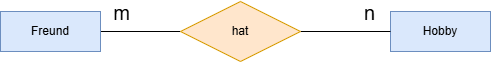
Above: slides/content/slides/2AHWII/INFI/assets/er-friend-hobby.drawio.png in HTL-Wolfsberg-Betriebsinformatik/skript (draw.io), before the change. Source tidied: cells renumbered, new cells last; positions are measured from the earlier drawing's top-left corner, leaving out a move shared by most shapes. Its diagram source:
```xml
<mxGraphModel>
  <root>
    <mxCell id="0" />
    <mxCell id="1" parent="0" />
    <mxCell id="2" style="edgeStyle=none;html=1;endArrow=none;endFill=0;" parent="1" edge="1" source="4" target="8">
      <mxGeometry relative="1" as="geometry" />
    </mxCell>
    <mxCell id="3" value="m" style="edgeLabel;html=1;align=center;verticalAlign=middle;fontSize=20;" parent="2" vertex="1">
      <mxGeometry x="-0.53" y="-2" relative="1" as="geometry">
        <mxPoint x="1" y="-22" as="offset" />
      </mxGeometry>
    </mxCell>
    <mxCell id="4" value="Freund" style="whiteSpace=wrap;html=1;align=center;fillColor=#dae8fc;strokeColor=#6c8ebf;" parent="1" vertex="1">
      <mxGeometry y="10" width="100" height="40" as="geometry" />
    </mxCell>
    <mxCell id="5" value="Hobby" style="whiteSpace=wrap;html=1;align=center;fillColor=#dae8fc;strokeColor=#6c8ebf;" parent="1" vertex="1">
      <mxGeometry x="390" y="10" width="100" height="40" as="geometry" />
    </mxCell>
    <mxCell id="6" style="edgeStyle=none;html=1;endArrow=none;endFill=0;" parent="1" edge="1" source="8" target="5">
      <mxGeometry relative="1" as="geometry" />
    </mxCell>
    <mxCell id="7" value="n" style="edgeLabel;html=1;align=center;verticalAlign=middle;fontSize=20;" parent="6" vertex="1">
      <mxGeometry x="0.51" relative="1" as="geometry">
        <mxPoint y="-20" as="offset" />
      </mxGeometry>
    </mxCell>
    <mxCell id="8" value="hat" style="shape=rhombus;perimeter=rhombusPerimeter;whiteSpace=wrap;html=1;align=center;fillColor=#ffe6cc;strokeColor=#d79b00;" parent="1" vertex="1">
      <mxGeometry x="180" width="120" height="60" as="geometry" />
    </mxCell>
  </root>
</mxGraphModel>
```
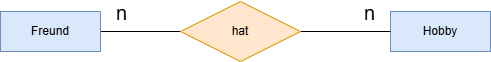
After the change.

Commit message:
added: infi er-diagram slides, wip relationschema

The edit, as a diff of the source:
```diff
@@ -5,7 +5,7 @@
     <mxCell id="2" style="edgeStyle=none;html=1;endArrow=none;endFill=0;" parent="1" edge="1" source="4" target="8">
       <mxGeometry relative="1" as="geometry" />
     </mxCell>
-    <mxCell id="3" value="m" style="edgeLabel;html=1;align=center;verticalAlign=middle;fontSize=20;" parent="2" vertex="1">
+    <mxCell id="3" value="n" style="edgeLabel;html=1;align=center;verticalAlign=middle;fontSize=20;" parent="2" vertex="1">
       <mxGeometry x="-0.53" y="-2" relative="1" as="geometry">
         <mxPoint x="1" y="-22" as="offset" />
       </mxGeometry>
```
